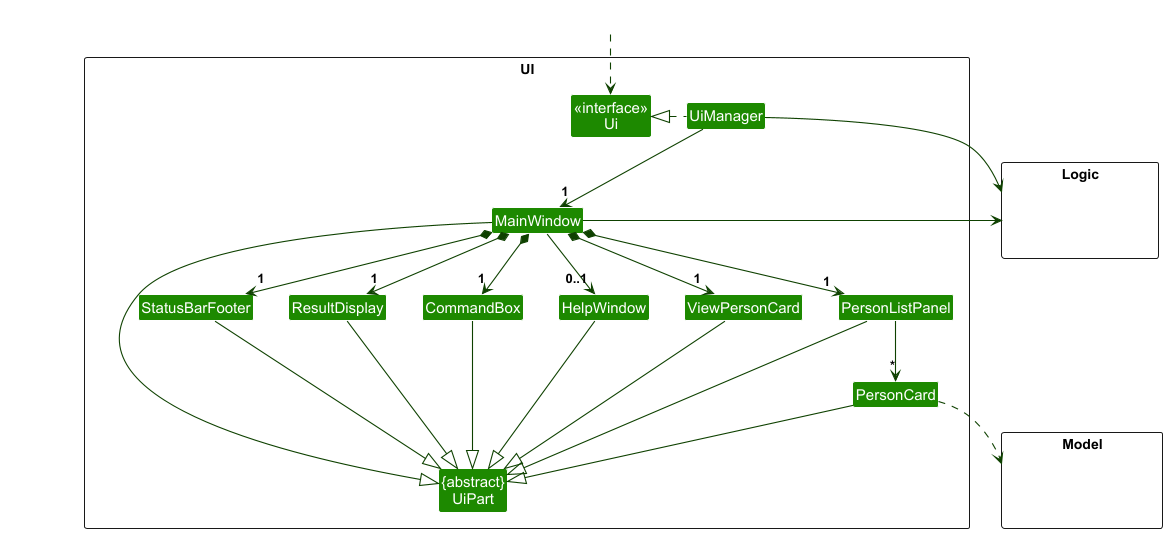
Earlier version of the PlantUML export docs/images/UiClassDiagram.png (nus-cs2103-AY2425S1/tp).
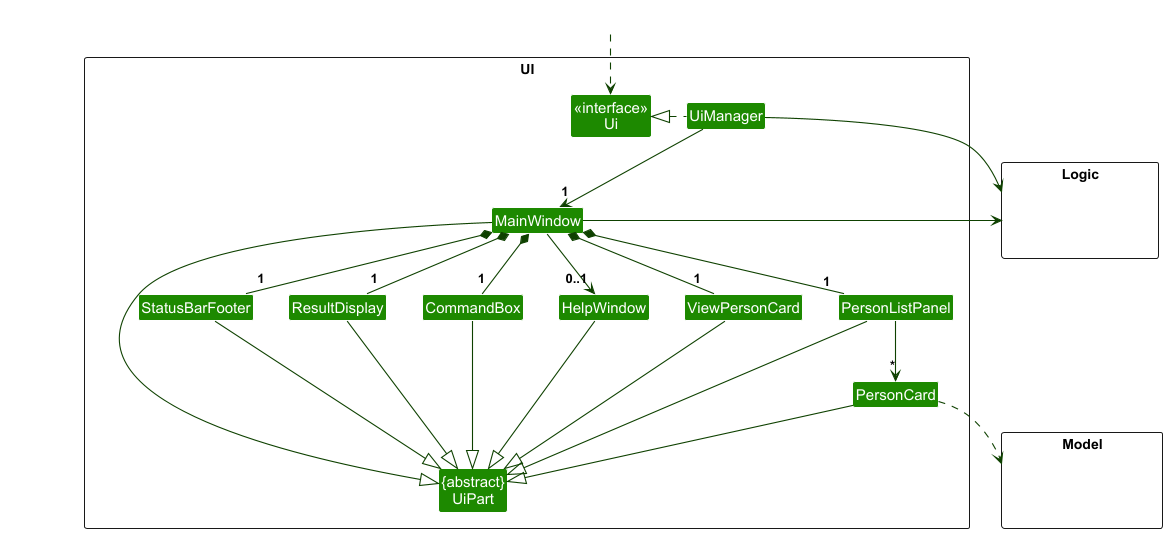
After the commit.

Diff of the diagram source:
```diff
@@ -31,11 +31,11 @@
 
 UiManager .left.|> Ui
 UiManager -down-> "1" MainWindow
-MainWindow *-down->  "1" CommandBox
-MainWindow *-down-> "1" ResultDisplay
-MainWindow *-down-> "1" PersonListPanel
-MainWindow *-down-> "1" StatusBarFooter
-MainWindow *-down-> "1" ViewPersonCard
+MainWindow *-down-  "1" CommandBox
+MainWindow *-down- "1" ResultDisplay
+MainWindow *-down- "1" PersonListPanel
+MainWindow *-down- "1" StatusBarFooter
+MainWindow *-down- "1" ViewPersonCard
 MainWindow --> "0..1" HelpWindow
 
 PersonListPanel -down-> "*" PersonCard
```
